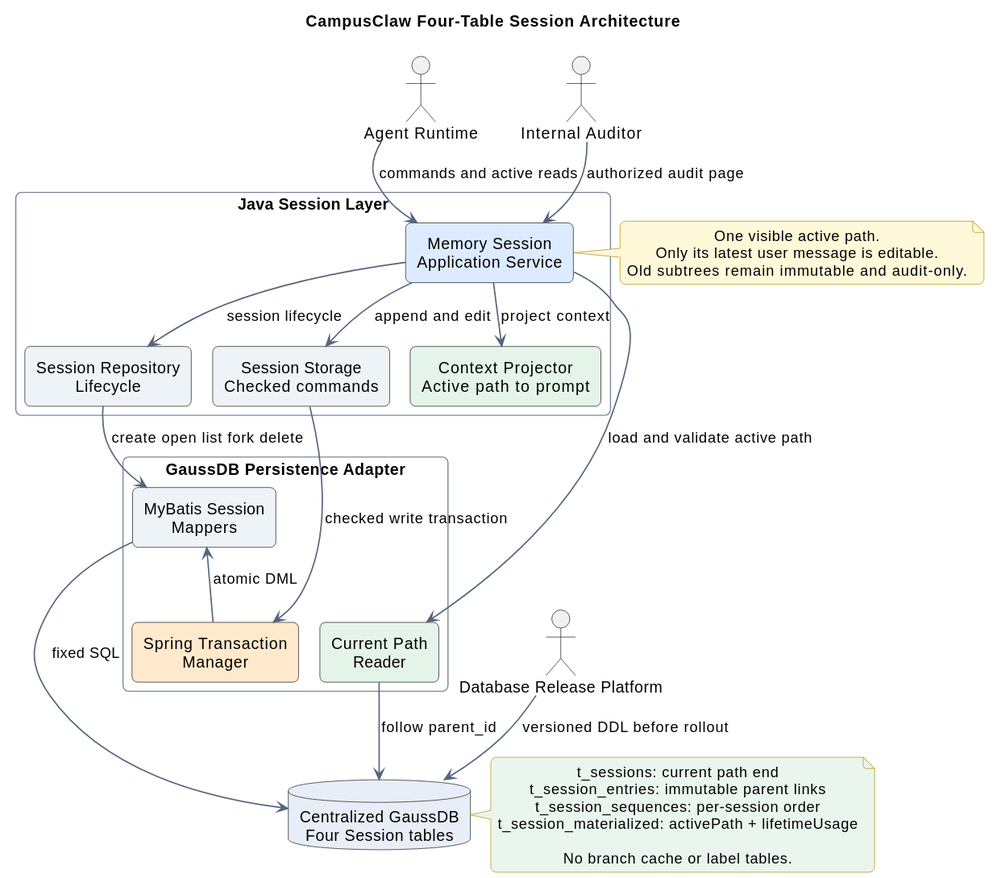
Before: 03-数据与存储/01-会话记忆GaussDB/设计图/memory-architecture.svg, a diagram exported from PlantUML (ssm0808/pi-mono-java-design). Its diagram source:
```plantuml
@startuml
!pragma layout smetana
title CampusClaw Four-Table Session Architecture
top to bottom direction

skinparam backgroundColor #FFFFFF
skinparam shadowing false
skinparam roundcorner 10
skinparam packageStyle rectangle
skinparam componentStyle rectangle
skinparam defaultTextAlignment center
skinparam ArrowColor #53657D
skinparam ArrowThickness 1.2
skinparam PackageBorderColor #7A8699
skinparam NoteBorderColor #B58B00
skinparam NoteBackgroundColor #FFF8D9


actor "Agent Runtime" as runtime
actor "Internal Auditor" as auditor
actor "Database Release Platform" as release

runtime -[hidden]right- auditor

package "Java Session Layer" as javaLayer {
  component "Memory Session\nApplication Service" as app #DCEBFF
  component "Session Repository\nLifecycle" as repository #EEF3F8
  component "Session Storage\nChecked commands" as storage #EEF3F8
  component "Context Projector\nActive path to prompt" as projector #E4F4E8

  repository -[hidden]right- storage
  storage -[hidden]right- projector
  app --> repository : session lifecycle
  app --> storage : append and edit
  app --> projector : project context
}

package "GaussDB Persistence Adapter" as adapter {
  component "MyBatis Session\nMappers" as mappers #EEF3F8
  component "Spring Transaction\nManager" as tx #FFE9CC
  component "Current Path\nReader" as pathReader #E4F4E8

  mappers -[hidden]right- tx
  tx -[hidden]right- pathReader
  tx --> mappers : atomic DML
}

database "Centralized GaussDB\nFour Session tables" as db #E8EEF7

runtime --> app : commands and active reads
auditor --> app : authorized audit page
repository --> mappers : create open list fork delete
storage --> tx : checked write transaction
app --> pathReader : load and validate active path
mappers --> db : fixed SQL
pathReader --> db : follow parent_id
release --> db : versioned DDL before rollout

note left of app
One visible active path.
Only its latest user message is editable.
Old subtrees remain immutable and audit-only.
end note

note right of db #EAF6ED
t_sessions: current path end
t_session_entries: immutable parent links
t_session_sequences: per-session order
t_session_materialized: activePath + lifetimeUsage

No branch cache or label tables.
end note
@enduml
```
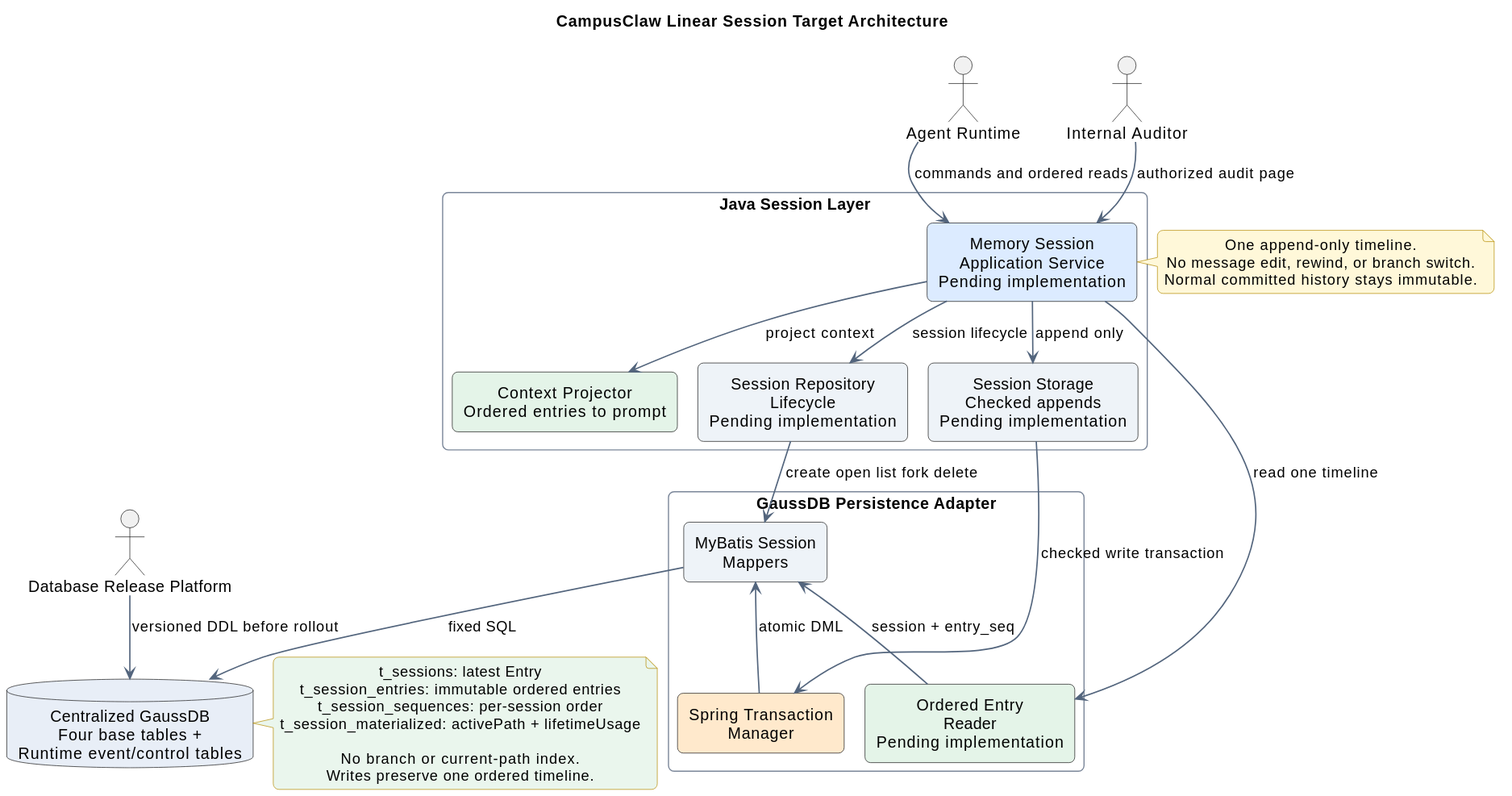
Later version of the same file.

The edit, as a diff of the source:
```diff
@@ -1,6 +1,6 @@
 @startuml
 !pragma layout smetana
-title CampusClaw Four-Table Session Architecture
+title CampusClaw Linear Session Target Architecture
 top to bottom direction
 
 skinparam backgroundColor #FFFFFF
@@ -23,51 +23,52 @@
 runtime -[hidden]right- auditor
 
 package "Java Session Layer" as javaLayer {
-  component "Memory Session\nApplication Service" as app #DCEBFF
-  component "Session Repository\nLifecycle" as repository #EEF3F8
-  component "Session Storage\nChecked commands" as storage #EEF3F8
-  component "Context Projector\nActive path to prompt" as projector #E4F4E8
+  component "Memory Session\nApplication Service\nPending implementation" as app #DCEBFF
+  component "Session Repository\nLifecycle\nPending implementation" as repository #EEF3F8
+  component "Session Storage\nChecked appends\nPending implementation" as storage #EEF3F8
+  component "Context Projector\nOrdered entries to prompt" as projector #E4F4E8
 
   repository -[hidden]right- storage
   storage -[hidden]right- projector
   app --> repository : session lifecycle
-  app --> storage : append and edit
+  app --> storage : append only
   app --> projector : project context
 }
 
 package "GaussDB Persistence Adapter" as adapter {
   component "MyBatis Session\nMappers" as mappers #EEF3F8
   component "Spring Transaction\nManager" as tx #FFE9CC
-  component "Current Path\nReader" as pathReader #E4F4E8
+  component "Ordered Entry\nReader\nPending implementation" as pathReader #E4F4E8
 
   mappers -[hidden]right- tx
   tx -[hidden]right- pathReader
   tx --> mappers : atomic DML
 }
 
-database "Centralized GaussDB\nFour Session tables" as db #E8EEF7
+database "Centralized GaussDB\nFour base tables +\nRuntime event/control tables" as db #E8EEF7
 
-runtime --> app : commands and active reads
+runtime --> app : commands and ordered reads
 auditor --> app : authorized audit page
 repository --> mappers : create open list fork delete
 storage --> tx : checked write transaction
-app --> pathReader : load and validate active path
+app --> pathReader : read one timeline
 mappers --> db : fixed SQL
-pathReader --> db : follow parent_id
+pathReader --> mappers : session + entry_seq
 release --> db : versioned DDL before rollout
 
 note left of app
-One visible active path.
-Only its latest user message is editable.
-Old subtrees remain immutable and audit-only.
+One append-only timeline.
+No message edit, rewind, or branch switch.
+Normal committed history stays immutable.
 end note
 
 note right of db #EAF6ED
-t_sessions: current path end
-t_session_entries: immutable parent links
+t_sessions: latest Entry
+t_session_entries: immutable ordered entries
 t_session_sequences: per-session order
 t_session_materialized: activePath + lifetimeUsage
 
-No branch cache or label tables.
+No branch or current-path index.
+Writes preserve one ordered timeline.
 end note
 @enduml
```
